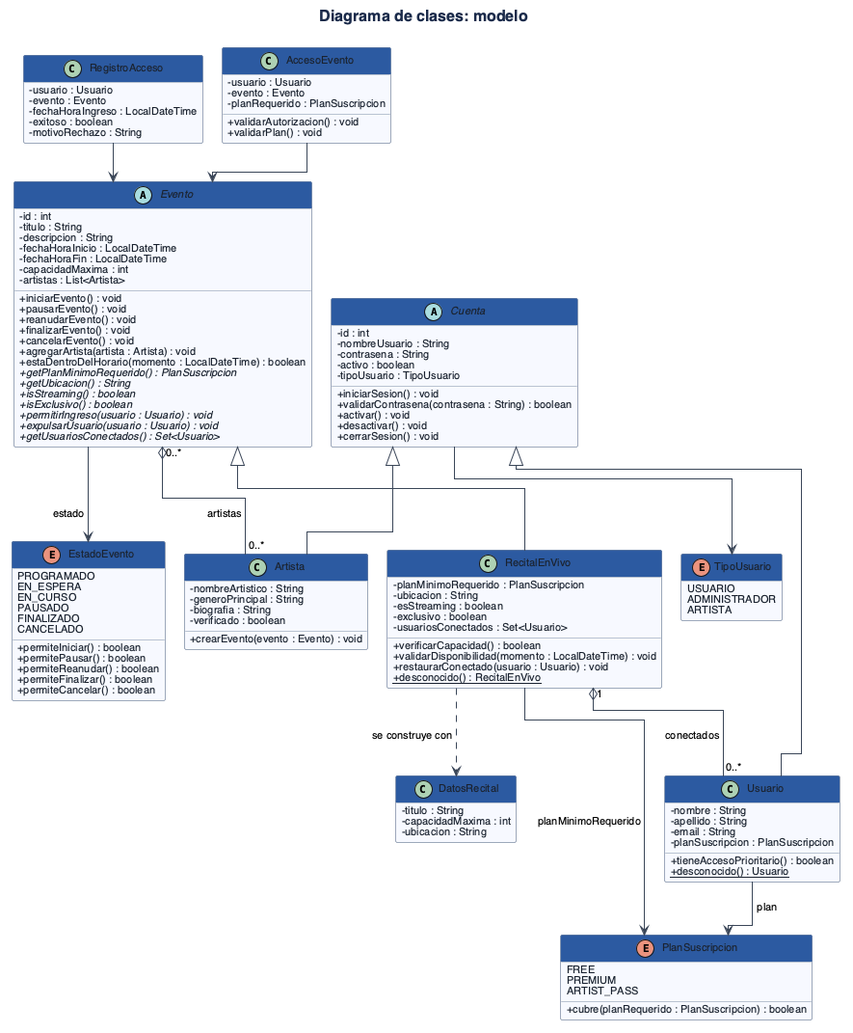
This is TP/Grupo9_POO_Diagramas_Pdf/imagenes/clases-modelo.png from lferraro1103/Proceso-de-desarrollo-de-sosftware, a PlantUML export, as it was before one commit.
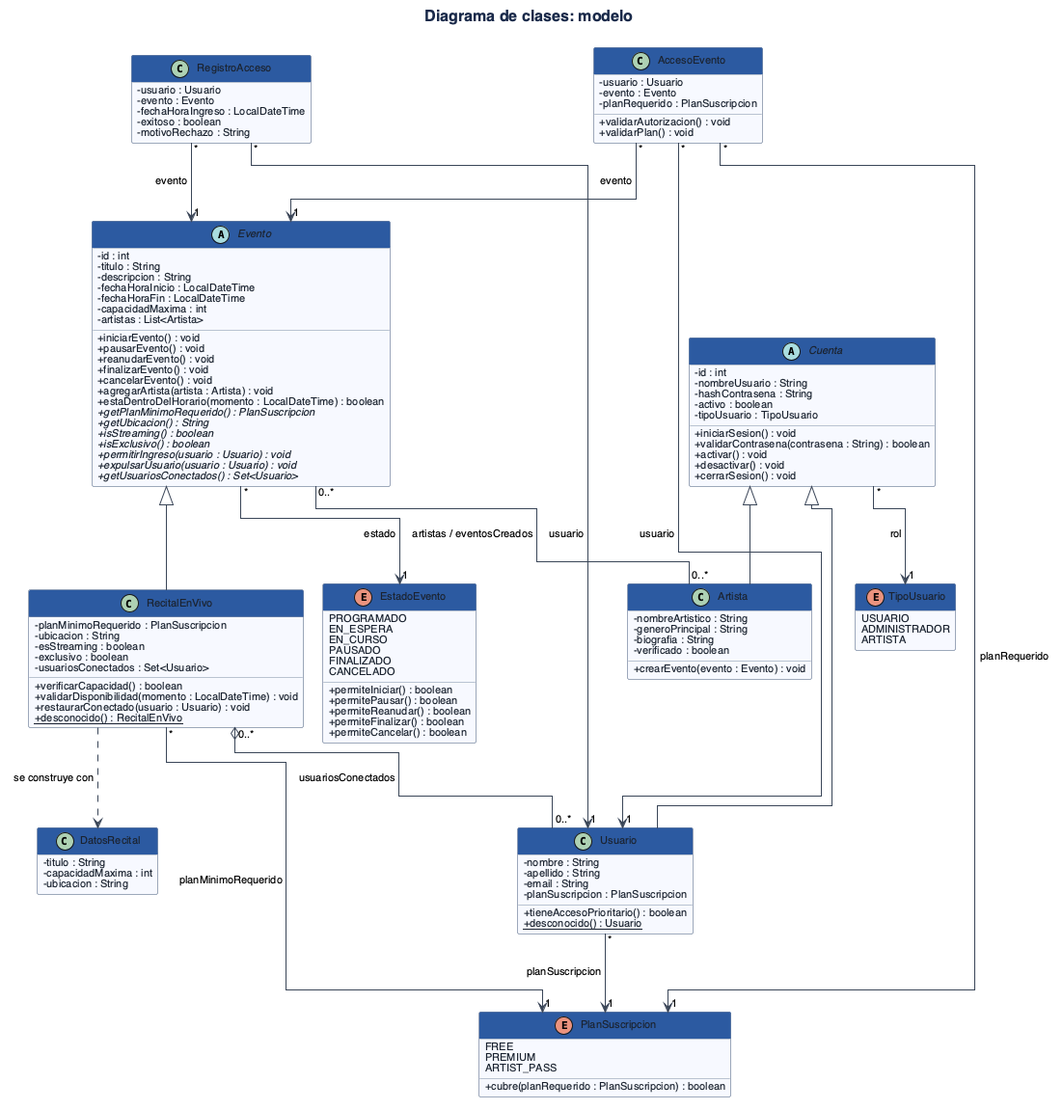
The same file after the commit.

The edit, as a diff of the source:
```diff
@@ -5,7 +5,7 @@
 abstract class Cuenta {
   -id : int
   -nombreUsuario : String
-  -contrasena : String
+  -hashContrasena : String
   -activo : boolean
   -tipoUsuario : TipoUsuario
   +iniciarSesion() : void
@@ -119,14 +119,17 @@
 
 Cuenta <|-- Usuario
 Cuenta <|-- Artista
-Cuenta --> TipoUsuario
-Usuario --> PlanSuscripcion : plan
+Cuenta "*" --> "1" TipoUsuario : rol
+Usuario "*" --> "1" PlanSuscripcion : planSuscripcion
 Evento <|-- RecitalEnVivo
-Evento --> EstadoEvento : estado
-Evento "0..*" o-- "0..*" Artista : artistas
-RecitalEnVivo "1" o-- "0..*" Usuario : conectados
-RecitalEnVivo --> PlanSuscripcion : planMinimoRequerido
+Evento "*" --> "1" EstadoEvento : estado
+Evento "0..*" -- "0..*" Artista : artistas / eventosCreados
+RecitalEnVivo "0..*" o-- "0..*" Usuario : usuariosConectados
+RecitalEnVivo "*" --> "1" PlanSuscripcion : planMinimoRequerido
 RecitalEnVivo ..> DatosRecital : se construye con
-AccesoEvento --> Evento
-RegistroAcceso --> Evento
+AccesoEvento "*" --> "1" Usuario : usuario
+AccesoEvento "*" --> "1" Evento : evento
+AccesoEvento "*" --> "1" PlanSuscripcion : planRequerido
+RegistroAcceso "*" --> "1" Usuario : usuario
+RegistroAcceso "*" --> "1" Evento : evento
 @enduml
```
